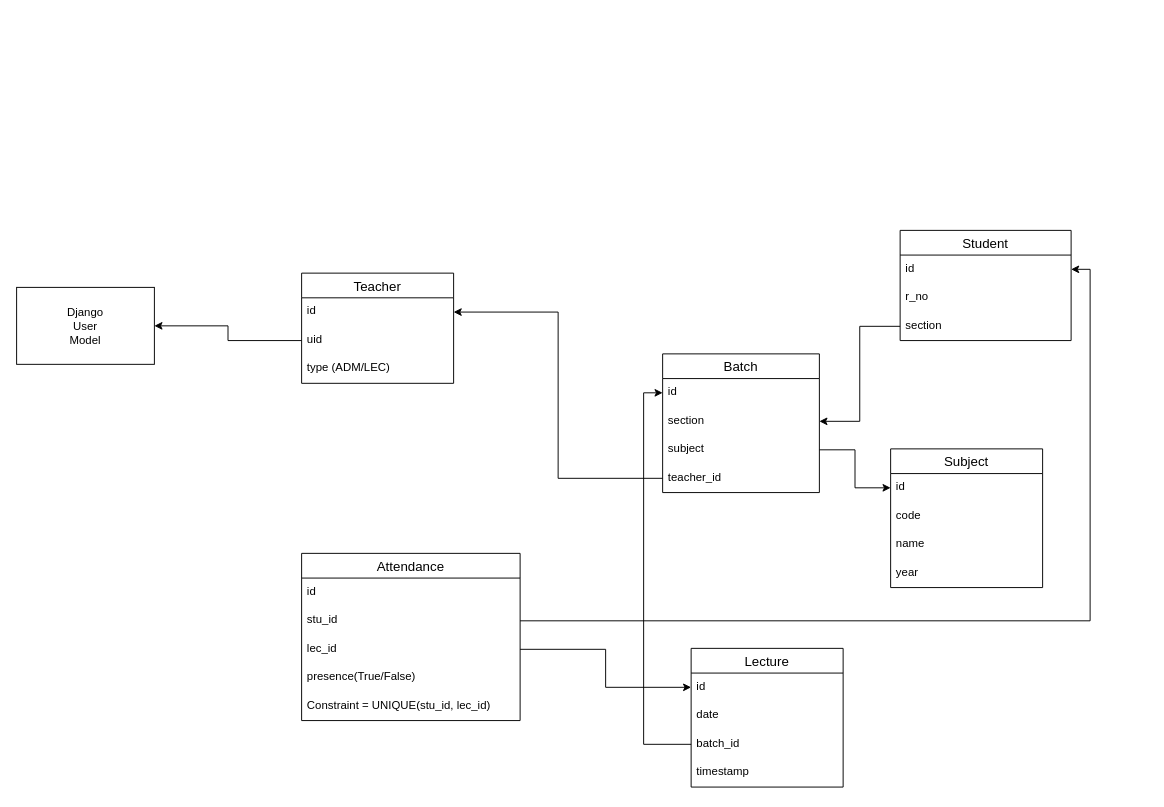
Earlier version of the draw.io diagram attsyser.drawio (harsh098/diagrams). Source tidied: cells renumbered, new cells numbered last; positions are measured from the earlier drawing's top-left corner, leaving out a move shared by most shapes. Both pictures are drawn from the tidied source at 95%, with x=0, y=0 at pixel (16, 230).
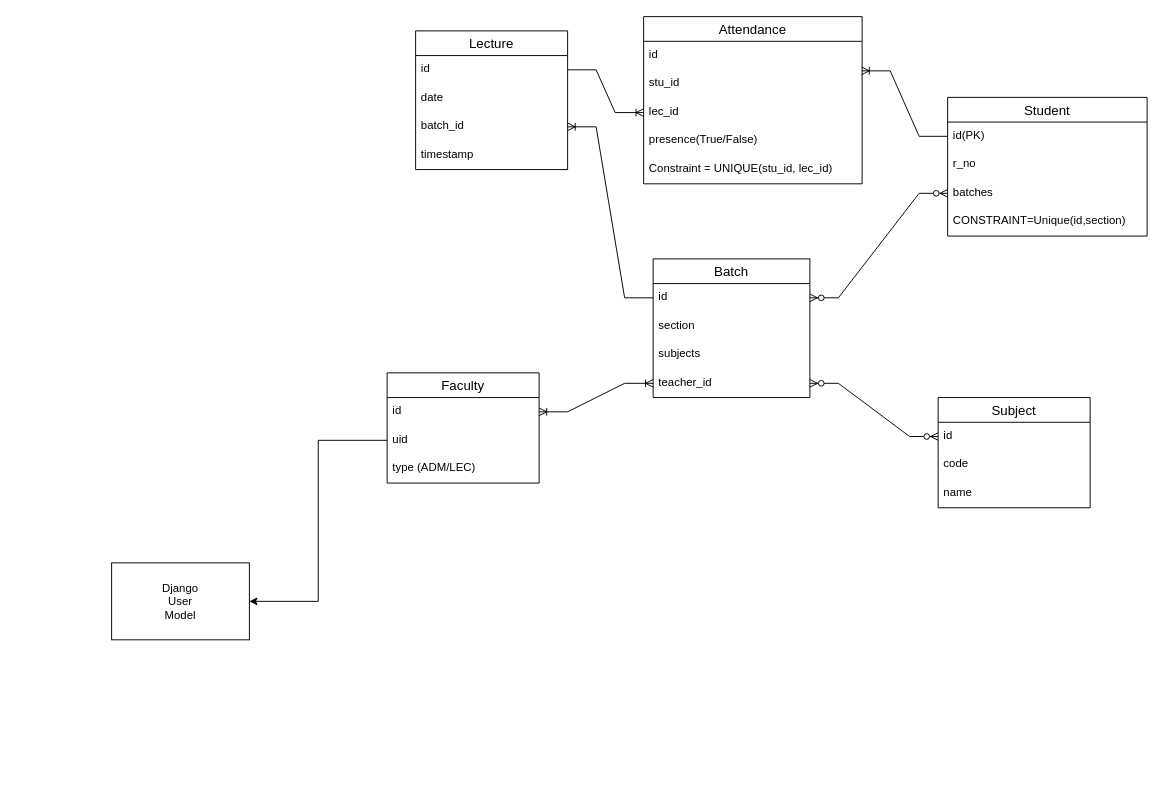
The same page after the edit.

Unchanged cells that the change refers to:
```xml
<mxCell id="3" value="id" style="text;strokeColor=none;fillColor=none;spacingLeft=4;spacingRight=4;overflow=hidden;points=[[0,0.5],[1,0.5]];portConstraint=eastwest;fontSize=12;" parent="2" vertex="1">
  <mxGeometry y="26" width="160" height="30" as="geometry" />
</mxCell>
<mxCell id="11" value="id" style="text;strokeColor=none;fillColor=none;spacingLeft=4;spacingRight=4;overflow=hidden;points=[[0,0.5],[1,0.5]];portConstraint=eastwest;fontSize=12;" parent="10" vertex="1">
  <mxGeometry y="26" width="160" height="30" as="geometry" />
</mxCell>
<mxCell id="16" value="id" style="text;strokeColor=none;fillColor=none;spacingLeft=4;spacingRight=4;overflow=hidden;points=[[0,0.5],[1,0.5]];portConstraint=eastwest;fontSize=12;" parent="15" vertex="1">
  <mxGeometry y="26" width="165" height="30" as="geometry" />
</mxCell>
<mxCell id="17" value="section" style="text;strokeColor=none;fillColor=none;spacingLeft=4;spacingRight=4;overflow=hidden;points=[[0,0.5],[1,0.5]];portConstraint=eastwest;fontSize=12;" parent="15" vertex="1">
  <mxGeometry y="56" width="165" height="30" as="geometry" />
</mxCell>
<mxCell id="19" value="teacher_id" style="text;strokeColor=none;fillColor=none;spacingLeft=4;spacingRight=4;overflow=hidden;points=[[0,0.5],[1,0.5]];portConstraint=eastwest;fontSize=12;" parent="15" vertex="1">
  <mxGeometry y="116" width="165" height="30" as="geometry" />
</mxCell>
<mxCell id="21" value="id" style="text;strokeColor=none;fillColor=none;spacingLeft=4;spacingRight=4;overflow=hidden;points=[[0,0.5],[1,0.5]];portConstraint=eastwest;fontSize=12;" parent="20" vertex="1">
  <mxGeometry y="26" width="160" height="30" as="geometry" />
</mxCell>
<mxCell id="23" value="batch_id" style="text;strokeColor=none;fillColor=none;spacingLeft=4;spacingRight=4;overflow=hidden;points=[[0,0.5],[1,0.5]];portConstraint=eastwest;fontSize=12;" parent="20" vertex="1">
  <mxGeometry y="86" width="160" height="30" as="geometry" />
</mxCell>
<mxCell id="27" value="stu_id" style="text;strokeColor=none;fillColor=none;spacingLeft=4;spacingRight=4;overflow=hidden;points=[[0,0.5],[1,0.5]];portConstraint=eastwest;fontSize=12;" parent="25" vertex="1">
  <mxGeometry y="56" width="230" height="30" as="geometry" />
</mxCell>
<mxCell id="28" value="lec_id" style="text;strokeColor=none;fillColor=none;spacingLeft=4;spacingRight=4;overflow=hidden;points=[[0,0.5],[1,0.5]];portConstraint=eastwest;fontSize=12;" parent="25" vertex="1">
  <mxGeometry y="86" width="230" height="30" as="geometry" />
</mxCell>
```

Diff of the diagram source:
```diff
@@
-    <mxCell id="2" value="Teacher" style="swimlane;fontStyle=0;horizontal=1;startSize=26;align=center;fontSize=14;" parent="1" vertex="1">
-      <mxGeometry x="300" y="45" width="160" height="116" as="geometry" />
+    <mxCell id="2" value="Faculty" style="swimlane;fontStyle=0;horizontal=1;startSize=26;align=center;fontSize=14;" parent="1" vertex="1">
+      <mxGeometry x="390" y="150" width="160" height="116" as="geometry" />
     </mxCell>
@@
     <mxCell id="6" value="Student" style="swimlane;fontStyle=0;horizontal=1;startSize=26;align=center;fontSize=14;" parent="1" vertex="1">
-      <mxGeometry x="930" width="180" height="116" as="geometry" />
+      <mxGeometry x="980" y="-140" width="210" height="146" as="geometry" />
     </mxCell>
-    <mxCell id="7" value="id" style="text;strokeColor=none;fillColor=none;spacingLeft=4;spacingRight=4;overflow=hidden;points=[[0,0.5],[1,0.5]];portConstraint=eastwest;fontSize=12;" parent="6" vertex="1">
-      <mxGeometry y="26" width="180" height="30" as="geometry" />
+    <mxCell id="7" value="id(PK)" style="text;strokeColor=none;fillColor=none;spacingLeft=4;spacingRight=4;overflow=hidden;points=[[0,0.5],[1,0.5]];portConstraint=eastwest;fontSize=12;" parent="6" vertex="1">
+      <mxGeometry y="26" width="210" height="30" as="geometry" />
     </mxCell>
     <mxCell id="8" value="r_no" style="text;strokeColor=none;fillColor=none;spacingLeft=4;spacingRight=4;overflow=hidden;fontSize=12;" parent="6" vertex="1">
-      <mxGeometry y="56" width="180" height="30" as="geometry" />
+      <mxGeometry y="56" width="210" height="30" as="geometry" />
     </mxCell>
-    <mxCell id="9" value="section" style="text;strokeColor=none;fillColor=none;spacingLeft=4;spacingRight=4;overflow=hidden;points=[[0,0.5],[1,0.5]];portConstraint=eastwest;fontSize=12;" parent="6" vertex="1">
-      <mxGeometry y="86" width="180" height="30" as="geometry" />
+    <mxCell id="9" value="batches" style="text;strokeColor=none;fillColor=none;spacingLeft=4;spacingRight=4;overflow=hidden;points=[[0,0.5],[1,0.5]];portConstraint=eastwest;fontSize=12;" parent="6" vertex="1">
+      <mxGeometry y="86" width="210" height="30" as="geometry" />
     </mxCell>
+    <mxCell id="39" value="CONSTRAINT=Unique(id,section)" style="text;strokeColor=none;fillColor=none;spacingLeft=4;spacingRight=4;overflow=hidden;fontSize=12;" parent="6" vertex="1">
+      <mxGeometry y="116" width="210" height="30" as="geometry" />
+    </mxCell>
     <mxCell id="10" value="Subject" style="swimlane;fontStyle=0;horizontal=1;startSize=26;align=center;fontSize=14;" parent="1" vertex="1">
-      <mxGeometry x="920" y="230" width="160" height="146" as="geometry" />
+      <mxGeometry x="970" y="176" width="160" height="116" as="geometry" />
     </mxCell>
@@
-    <mxCell id="14" value="year" style="text;strokeColor=none;fillColor=none;spacingLeft=4;spacingRight=4;overflow=hidden;fontSize=12;" parent="10" vertex="1">
-      <mxGeometry y="116" width="160" height="30" as="geometry" />
-    </mxCell>
     <mxCell id="15" value="Batch" style="swimlane;fontStyle=0;horizontal=1;startSize=26;align=center;fontSize=14;" parent="1" vertex="1">
-      <mxGeometry x="680" y="130" width="165" height="146" as="geometry" />
+      <mxGeometry x="670" y="30" width="165" height="146" as="geometry" />
     </mxCell>
@@
-    <mxCell id="18" value="subject" style="text;strokeColor=none;fillColor=none;spacingLeft=4;spacingRight=4;overflow=hidden;points=[[0,0.5],[1,0.5]];portConstraint=eastwest;fontSize=12;" parent="15" vertex="1">
+    <mxCell id="18" value="subjects" style="text;strokeColor=none;fillColor=none;spacingLeft=4;spacingRight=4;overflow=hidden;points=[[0,0.5],[1,0.5]];portConstraint=eastwest;fontSize=12;" parent="15" vertex="1">
       <mxGeometry y="86" width="165" height="30" as="geometry" />
     </mxCell>
@@
     <mxCell id="20" value="Lecture" style="swimlane;fontStyle=0;horizontal=1;startSize=26;align=center;fontSize=14;" parent="1" vertex="1">
-      <mxGeometry x="710" y="440" width="160" height="146" as="geometry" />
+      <mxGeometry x="420" y="-210" width="160" height="146" as="geometry" />
     </mxCell>
@@
     <mxCell id="25" value="Attendance" style="swimlane;fontStyle=0;horizontal=1;startSize=26;align=center;fontSize=14;" parent="1" vertex="1">
-      <mxGeometry x="300" y="340" width="230" height="176" as="geometry" />
+      <mxGeometry x="660" y="-225" width="230" height="176" as="geometry" />
     </mxCell>
@@
-    <mxCell id="31" style="edgeStyle=orthogonalEdgeStyle;rounded=0;jettySize=auto;html=1;exitX=0;exitY=0.5;exitDx=0;exitDy=0;entryX=1;entryY=0.5;entryDx=0;entryDy=0;" parent="1" edge="1" source="19" target="3">
-      <mxGeometry relative="1" as="geometry" />
-    </mxCell>
-    <mxCell id="32" style="edgeStyle=orthogonalEdgeStyle;rounded=0;jettySize=auto;html=1;exitX=1;exitY=0.5;exitDx=0;exitDy=0;entryX=0;entryY=0.5;entryDx=0;entryDy=0;" parent="1" edge="1" source="18" target="11">
-      <mxGeometry relative="1" as="geometry" />
-    </mxCell>
-    <mxCell id="33" style="edgeStyle=orthogonalEdgeStyle;rounded=0;jettySize=auto;html=1;exitX=0;exitY=0.5;exitDx=0;exitDy=0;entryX=0;entryY=0.5;entryDx=0;entryDy=0;" parent="1" edge="1" source="23" target="16">
-      <mxGeometry relative="1" as="geometry" />
-    </mxCell>
-    <mxCell id="34" style="edgeStyle=orthogonalEdgeStyle;rounded=0;jettySize=auto;html=1;exitX=0;exitY=0.5;exitDx=0;exitDy=0;entryX=1;entryY=0.5;entryDx=0;entryDy=0;" parent="1" edge="1" source="9" target="17">
-      <mxGeometry relative="1" as="geometry" />
-    </mxCell>
-    <mxCell id="35" style="edgeStyle=orthogonalEdgeStyle;rounded=0;jettySize=auto;html=1;exitX=1;exitY=0.5;exitDx=0;exitDy=0;entryX=1;entryY=0.5;entryDx=0;entryDy=0;" parent="1" edge="1" source="27" target="7">
-      <mxGeometry relative="1" as="geometry" />
-    </mxCell>
-    <mxCell id="36" style="edgeStyle=orthogonalEdgeStyle;rounded=0;jettySize=auto;html=1;exitX=1;exitY=0.5;exitDx=0;exitDy=0;entryX=0;entryY=0.5;entryDx=0;entryDy=0;" parent="1" edge="1" source="28" target="21">
-      <mxGeometry relative="1" as="geometry" />
-    </mxCell>
     <mxCell id="37" value="Django&lt;br&gt;User&lt;br&gt;Model" style="whiteSpace=wrap;html=1;align=center;" parent="1" vertex="1">
-      <mxGeometry y="60" width="145" height="81" as="geometry" />
+      <mxGeometry x="100" y="350" width="145" height="81" as="geometry" />
     </mxCell>
@@
+    <mxCell id="40" style="edgeStyle=entityRelationEdgeStyle;fontSize=12;html=1;endArrow=ERoneToMany;startArrow=ERoneToMany;rounded=0;exitX=1;exitY=0.5;exitDx=0;exitDy=0;entryX=0;entryY=0.5;entryDx=0;entryDy=0;" parent="1" edge="1" source="3" target="19">
+      <mxGeometry relative="1" as="geometry" />
+    </mxCell>
+    <mxCell id="41" style="edgeStyle=entityRelationEdgeStyle;fontSize=12;html=1;endArrow=ERzeroToMany;endFill=1;startArrow=ERzeroToMany;rounded=0;entryX=0;entryY=0.5;entryDx=0;entryDy=0;exitX=1;exitY=0.5;exitDx=0;exitDy=0;" parent="1" edge="1" source="19" target="11">
+      <mxGeometry relative="1" as="geometry" />
+    </mxCell>
+    <mxCell id="42" style="edgeStyle=entityRelationEdgeStyle;fontSize=12;html=1;endArrow=ERzeroToMany;endFill=1;startArrow=ERzeroToMany;rounded=0;exitX=1;exitY=0.5;exitDx=0;exitDy=0;entryX=0;entryY=0.5;entryDx=0;entryDy=0;" parent="1" edge="1" source="16" target="9">
+      <mxGeometry relative="1" as="geometry" />
+    </mxCell>
+    <mxCell id="43" style="edgeStyle=entityRelationEdgeStyle;fontSize=12;html=1;endArrow=ERoneToMany;rounded=0;exitX=1;exitY=0.5;exitDx=0;exitDy=0;entryX=0;entryY=0.5;entryDx=0;entryDy=0;" parent="1" edge="1" source="21" target="28">
+      <mxGeometry relative="1" as="geometry" />
+    </mxCell>
+    <mxCell id="44" style="edgeStyle=entityRelationEdgeStyle;fontSize=12;html=1;endArrow=ERoneToMany;rounded=0;exitX=0;exitY=0.5;exitDx=0;exitDy=0;entryX=1;entryY=0.5;entryDx=0;entryDy=0;" parent="1" edge="1" source="16" target="23">
+      <mxGeometry relative="1" as="geometry" />
+    </mxCell>
+    <mxCell id="45" style="edgeStyle=entityRelationEdgeStyle;fontSize=12;html=1;endArrow=ERoneToMany;rounded=0;exitX=0;exitY=0.5;exitDx=0;exitDy=0;entryX=0.998;entryY=0.036;entryDx=0;entryDy=0;entryPerimeter=0;" parent="1" edge="1" source="7" target="27">
+      <mxGeometry relative="1" as="geometry" />
+    </mxCell>
```
